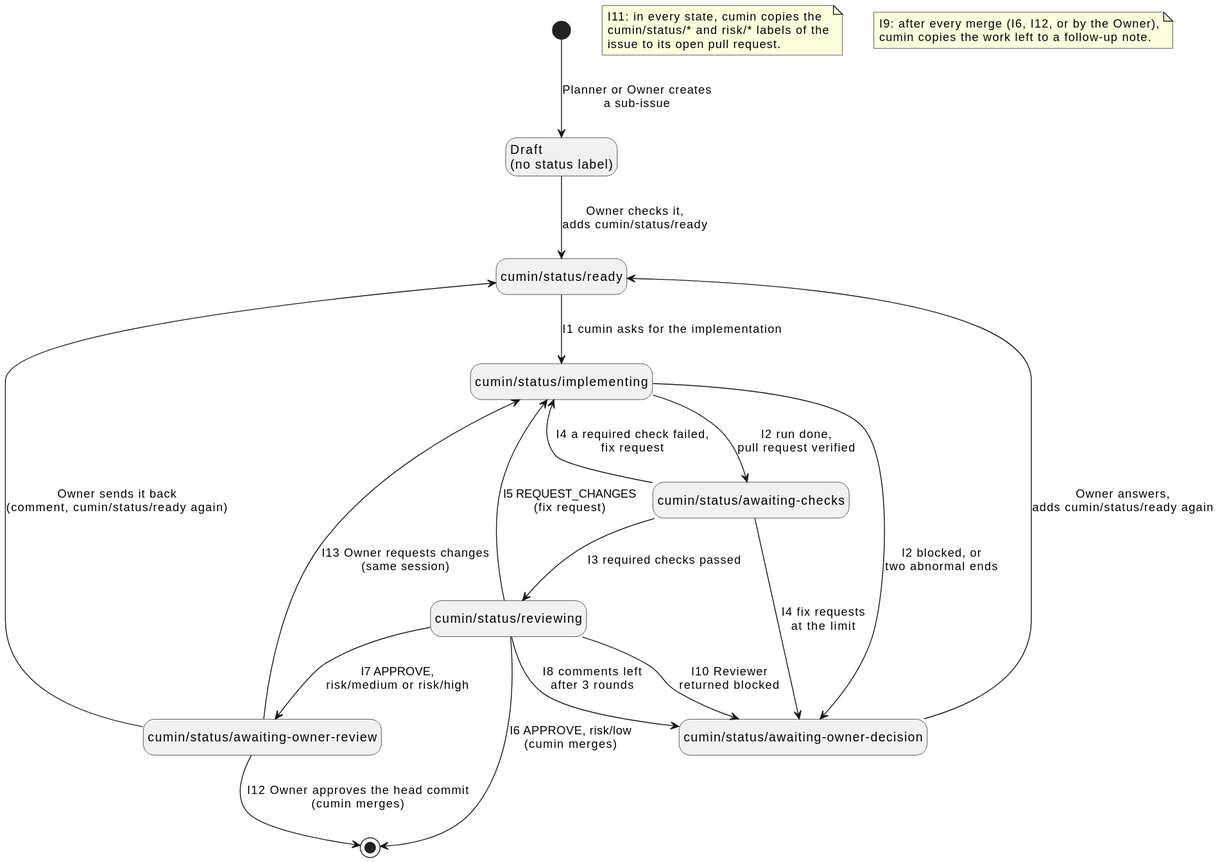
This is docs/ja/requirements/workflow/implementation-issue-states.svg from cloveclovedev/cumin-works, a PlantUML export, as it was before one commit.
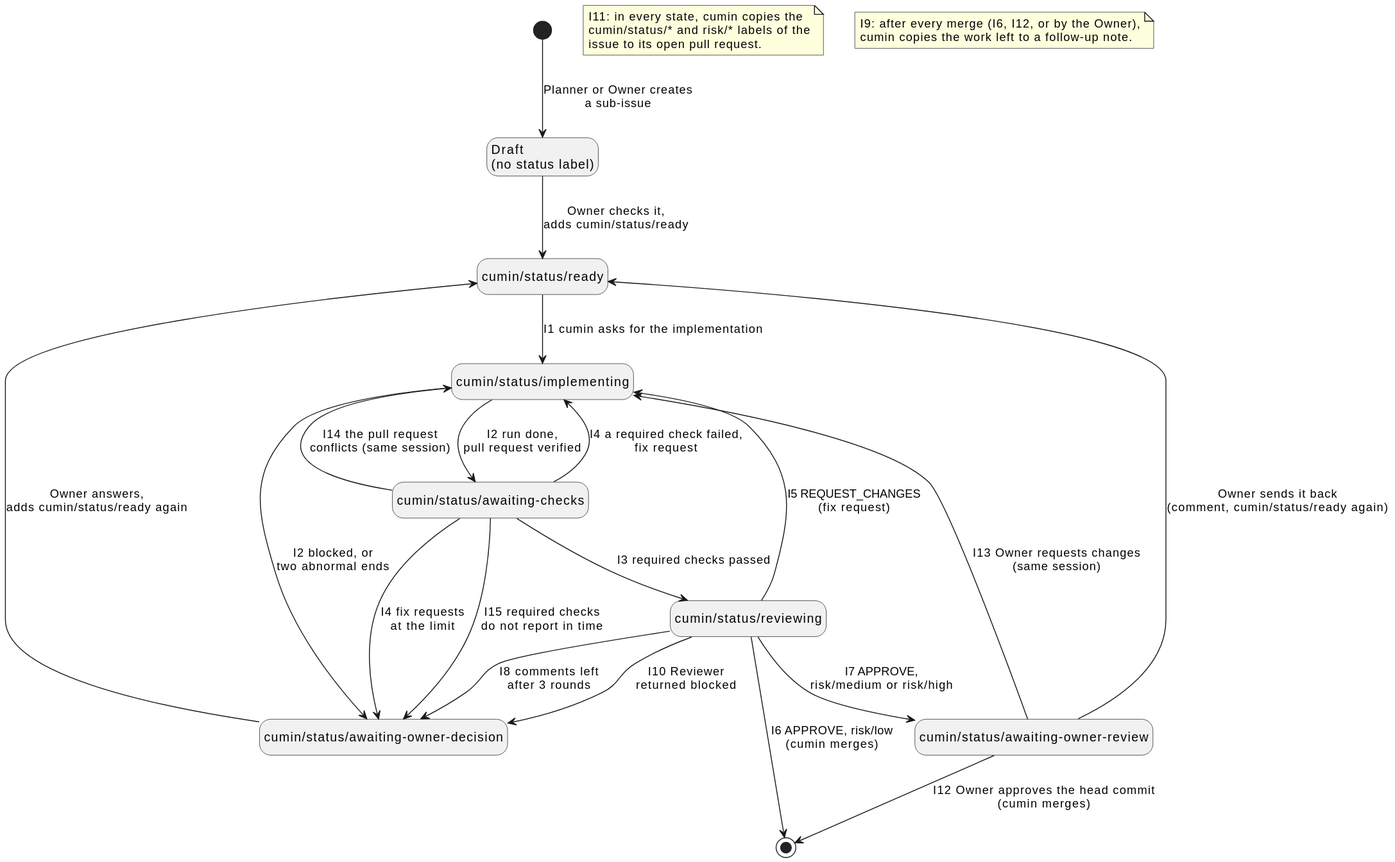
The same diagram one commit later.

Commit message:
docs(requirements): move an issue on when its checks cannot come (I14, I15) (#407)

Diff of the diagram source:
```diff
@@ -18,6 +18,8 @@
 Checks --> Reviewing : I3 required checks passed
 Checks --> Implementing : I4 a required check failed,\nfix request
 Checks --> Decision : I4 fix requests\nat the limit
+Checks --> Implementing : I14 the pull request\nconflicts (same session)
+Checks --> Decision : I15 required checks\ndo not report in time
 Reviewing --> Implementing : I5 REQUEST_CHANGES\n(fix request)
 Reviewing --> [*] : I6 APPROVE, risk/low\n(cumin merges)
 Reviewing --> OwnerReview : I7 APPROVE,\nrisk/medium or risk/high
```
